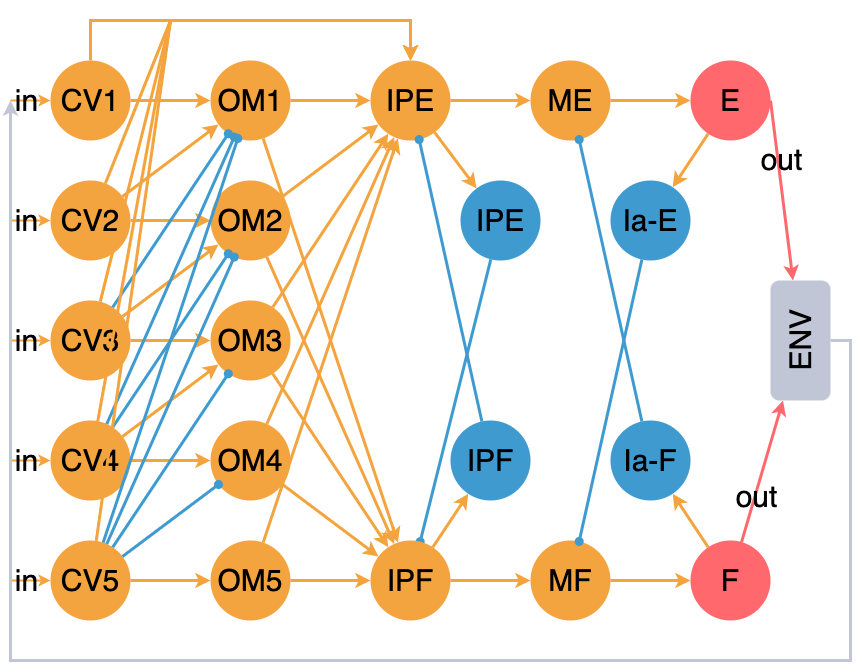
This is Neurotechnologies_and_TRIZ/CPG_S-Field.png from max-talanov/1, a draw.io export, as it was before one commit. Source tidied: cells renumbered, new cells last; positions are measured from the earlier drawing's top-left corner, leaving out a move shared by most shapes.
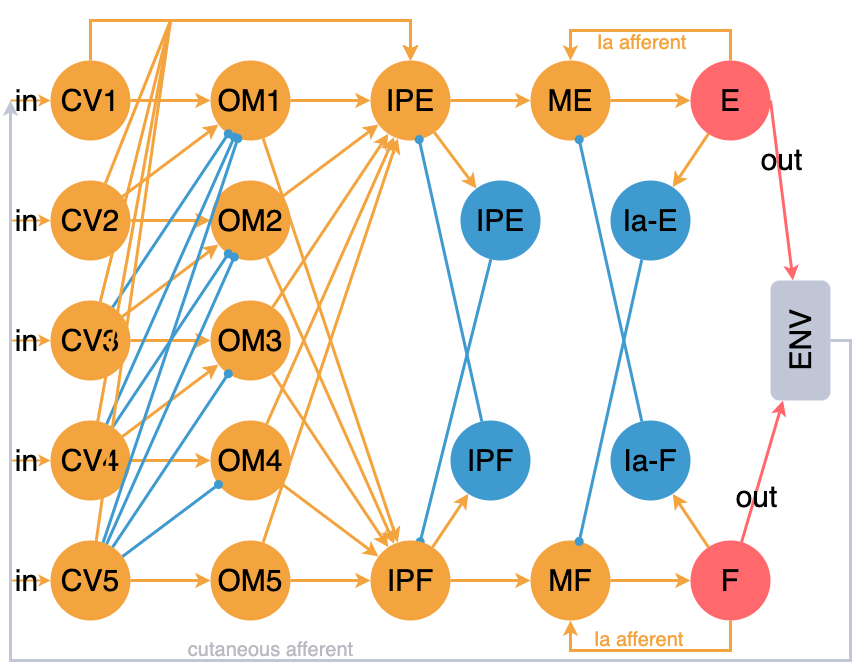
The same diagram one commit later.

Commit message:
IM: corrected CPG

Change to the diagram source:
```diff
@@ -296,5 +296,36 @@
         </Array>
       </mxGeometry>
     </mxCell>
+    <mxCell id="82" value="cutaneous afferent" style="edgeLabel;html=1;align=center;verticalAlign=middle;fontColor=#BABBC2;labelBackgroundColor=none;fontSize=20;" parent="81" vertex="1">
+      <mxGeometry x="0.06" y="1" relative="1" as="geometry">
+        <mxPoint y="-13" as="offset" />
+      </mxGeometry>
+    </mxCell>
+    <mxCell id="83" style="rounded=0;jettySize=auto;html=1;fontSize=30;strokeColor=#F3A43E;strokeWidth=3;startArrow=none;startFill=0;entryX=0.5;entryY=1;entryDx=0;entryDy=0;exitX=0.5;exitY=1;exitDx=0;exitDy=0;" parent="3" edge="1" source="70" target="64">
+      <mxGeometry relative="1" as="geometry">
+        <Array as="points">
+          <mxPoint x="730" y="650" />
+          <mxPoint x="570" y="650" />
+        </Array>
+      </mxGeometry>
+    </mxCell>
+    <mxCell id="84" value="Ia afferent" style="edgeLabel;html=1;align=center;verticalAlign=middle;fontSize=20;fontColor=#F3A43E;labelBackgroundColor=none;" parent="83" vertex="1">
+      <mxGeometry x="0.12" y="-3" relative="1" as="geometry">
+        <mxPoint y="-9" as="offset" />
+      </mxGeometry>
+    </mxCell>
+    <mxCell id="85" style="rounded=0;jettySize=auto;html=1;fontSize=30;strokeColor=#F3A43E;strokeWidth=3;startArrow=none;startFill=0;entryX=0.5;entryY=0;entryDx=0;entryDy=0;exitX=0.5;exitY=0;exitDx=0;exitDy=0;" parent="3" edge="1" source="71" target="62">
+      <mxGeometry relative="1" as="geometry">
+        <Array as="points">
+          <mxPoint x="730" y="30" />
+          <mxPoint x="570" y="30" />
+        </Array>
+      </mxGeometry>
+    </mxCell>
+    <mxCell id="86" value="Ia afferent" style="edgeLabel;html=1;align=center;verticalAlign=middle;fontSize=20;fontColor=#F3A43E;labelBackgroundColor=none;" parent="85" vertex="1">
+      <mxGeometry x="0.09" y="2" relative="1" as="geometry">
+        <mxPoint y="9" as="offset" />
+      </mxGeometry>
+    </mxCell>
   </root>
 </mxGraphModel>
```
